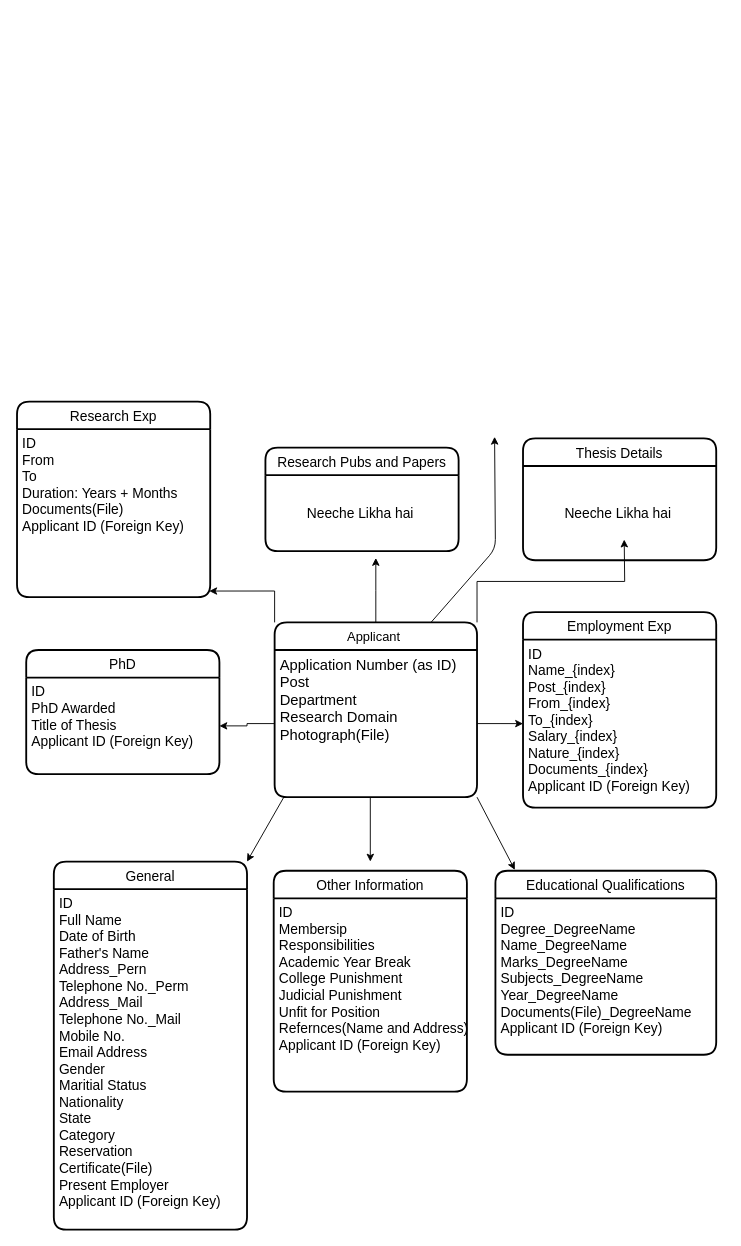
This is Downloads/Untitled Diagram.drawio from ShreyaTarwey/vidly-project-with-mongodb-and-express, a draw.io file, before an edit. Source tidied: cells renumbered, new cells numbered last; positions are measured from the earlier drawing's top-left corner, leaving out a move shared by most shapes. Both pictures are drawn from the tidied source at 92%, with x=0, y=0 at pixel (17, 401).
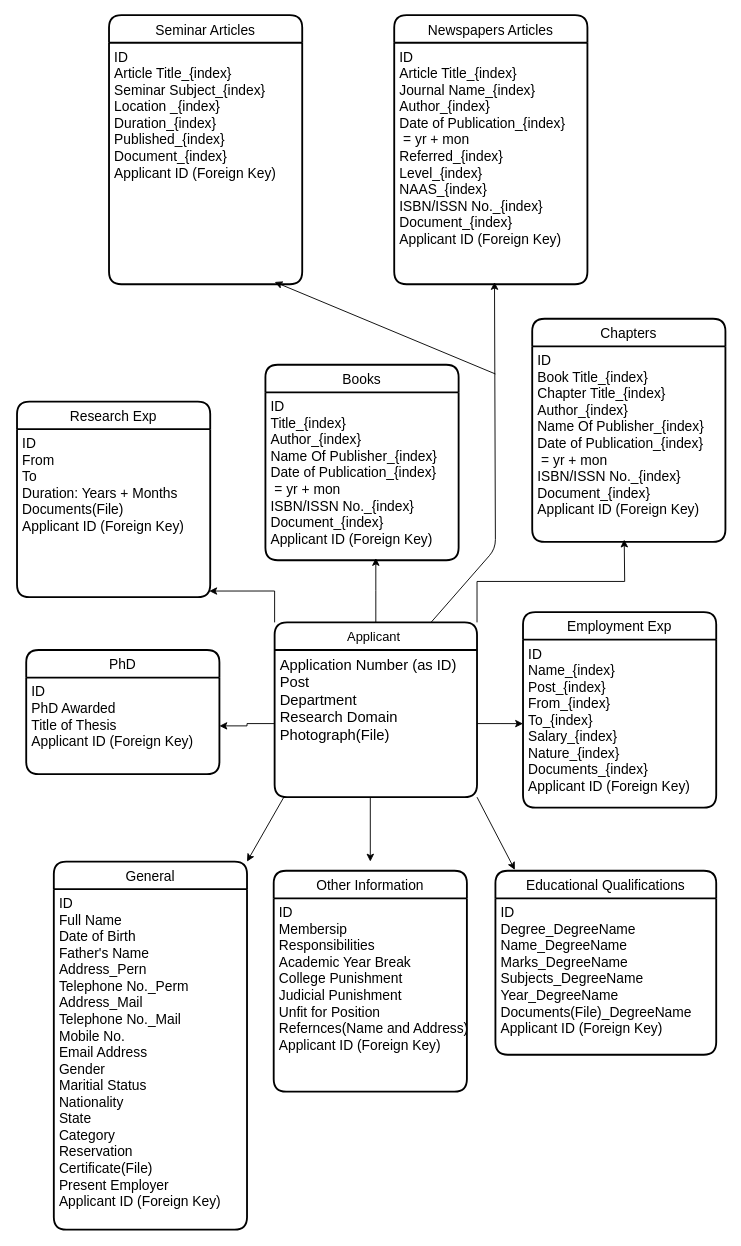
The same diagram, later.

What changed in the source:
```diff
@@
-    <mxCell id="22" value="Research Pubs and Papers" style="swimlane;horizontal=1;startSize=30;rounded=1;fontSize=15;fontStyle=0;strokeWidth=2;shadow=0;dashed=0;align=center;fontFamily=Helvetica;gradientColor=#ffffff;" parent="1" vertex="1">
-      <mxGeometry x="270" y="50" width="210" height="112.5" as="geometry" />
-    </mxCell>
-    <mxCell id="23" value="Neeche Likha hai&amp;nbsp;" style="text;html=1;align=center;verticalAlign=middle;strokeColor=none;fontSize=15;fontFamily=Helvetica;" parent="22" vertex="1">
-      <mxGeometry y="30" width="210" height="82.5" as="geometry" />
-    </mxCell>
-    <mxCell id="24" value="Thesis Details" style="swimlane;horizontal=1;startSize=30;rounded=1;fontSize=15;fontStyle=0;strokeWidth=2;shadow=0;dashed=0;align=center;fontFamily=Helvetica;gradientColor=#ffffff;" parent="1" vertex="1">
-      <mxGeometry x="550" y="40" width="210" height="132.5" as="geometry" />
-    </mxCell>
-    <mxCell id="25" value="Neeche Likha hai&amp;nbsp;" style="text;html=1;align=center;verticalAlign=middle;strokeColor=none;fontSize=15;fontFamily=Helvetica;" parent="24" vertex="1">
-      <mxGeometry y="30" width="210" height="102.5" as="geometry" />
-    </mxCell>
-    <mxCell id="26" style="endArrow=classic;html=1;fontFamily=Helvetica;fontSize=15;entryX=0.567;entryY=1.024;entryDx=0;entryDy=0;entryPerimeter=0;" parent="1" edge="1">
+    <mxCell id="26" style="endArrow=classic;html=1;fontFamily=Helvetica;fontSize=15;" parent="1" edge="1">
       <mxGeometry relative="1" as="geometry">
         <mxPoint x="450" y="240" as="sourcePoint" />
-        <mxPoint x="519.1" y="38.3" as="targetPoint" />
+        <mxPoint x="519" y="-130" as="targetPoint" />
         <Array as="points">
           <mxPoint x="520" y="160" />
         </Array>
       </mxGeometry>
     </mxCell>
@@
+    <mxCell id="29" value="Books" style="swimlane;horizontal=1;startSize=30;rounded=1;fontSize=15;fontStyle=0;strokeWidth=2;shadow=0;dashed=0;align=center;fontFamily=Helvetica;gradientColor=#ffffff;" parent="1" vertex="1">
+      <mxGeometry x="270" y="-40" width="210" height="212.5" as="geometry" />
+    </mxCell>
+    <mxCell id="30" value="ID&#10;Title_{index}&#10;Author_{index}&#10;Name Of Publisher_{index}&#10;Date of Publication_{index}&#10; = yr + mon&#10;ISBN/ISSN No._{index}&#10;Document_{index}&#10;Applicant ID (Foreign Key)" style="align=left;strokeColor=none;fillColor=none;spacingLeft=4;fontSize=15;verticalAlign=top;" parent="29" vertex="1">
+      <mxGeometry y="30" width="210" height="182.5" as="geometry" />
+    </mxCell>
+    <mxCell id="31" value="Chapters" style="swimlane;horizontal=1;startSize=30;rounded=1;fontSize=15;fontStyle=0;strokeWidth=2;shadow=0;dashed=0;align=center;fontFamily=Helvetica;gradientColor=#ffffff;" parent="1" vertex="1">
+      <mxGeometry x="560" y="-90" width="210" height="242.5" as="geometry" />
+    </mxCell>
+    <mxCell id="32" value="ID&#10;Book Title_{index}&#10;Chapter Title_{index}&#10;Author_{index}&#10;Name Of Publisher_{index}&#10;Date of Publication_{index}&#10; = yr + mon&#10;ISBN/ISSN No._{index}&#10;Document_{index}&#10;Applicant ID (Foreign Key)" style="align=left;strokeColor=none;fillColor=none;spacingLeft=4;fontSize=15;verticalAlign=top;" parent="31" vertex="1">
+      <mxGeometry y="30" width="210" height="212.5" as="geometry" />
+    </mxCell>
+    <mxCell id="33" value="Newspapers Articles" style="swimlane;horizontal=1;startSize=30;rounded=1;fontSize=15;fontStyle=0;strokeWidth=2;shadow=0;dashed=0;align=center;fontFamily=Helvetica;gradientColor=#ffffff;" parent="1" vertex="1">
+      <mxGeometry x="410" y="-420" width="210" height="292.5" as="geometry" />
+    </mxCell>
+    <mxCell id="34" value="ID&#10;Article Title_{index}&#10;Journal Name_{index}&#10;Author_{index}&#10;Date of Publication_{index}&#10; = yr + mon&#10;Referred_{index}&#10;Level_{index}&#10;NAAS_{index}&#10;ISBN/ISSN No._{index}&#10;Document_{index}&#10;Applicant ID (Foreign Key)" style="align=left;strokeColor=none;fillColor=none;spacingLeft=4;fontSize=15;verticalAlign=top;" parent="33" vertex="1">
+      <mxGeometry y="30" width="210" height="262.5" as="geometry" />
+    </mxCell>
+    <mxCell id="35" style="endArrow=classic;html=1;" parent="1" edge="1">
+      <mxGeometry relative="1" as="geometry">
+        <mxPoint x="520" y="-30" as="sourcePoint" />
+        <mxPoint x="280" y="-130" as="targetPoint" />
+      </mxGeometry>
+    </mxCell>
+    <mxCell id="36" value="Seminar Articles" style="swimlane;horizontal=1;startSize=30;rounded=1;fontSize=15;fontStyle=0;strokeWidth=2;shadow=0;dashed=0;align=center;fontFamily=Helvetica;gradientColor=#ffffff;" parent="1" vertex="1">
+      <mxGeometry x="100" y="-420" width="210" height="292.5" as="geometry" />
+    </mxCell>
+    <mxCell id="37" value="ID&#10;Article Title_{index}&#10;Seminar Subject_{index}&#10;Location _{index}&#10;Duration_{index}&#10;Published_{index}&#10;Document_{index}&#10;Applicant ID (Foreign Key)" style="align=left;strokeColor=none;fillColor=none;spacingLeft=4;fontSize=15;verticalAlign=top;" parent="36" vertex="1">
+      <mxGeometry y="30" width="210" height="262.5" as="geometry" />
+    </mxCell>
```
